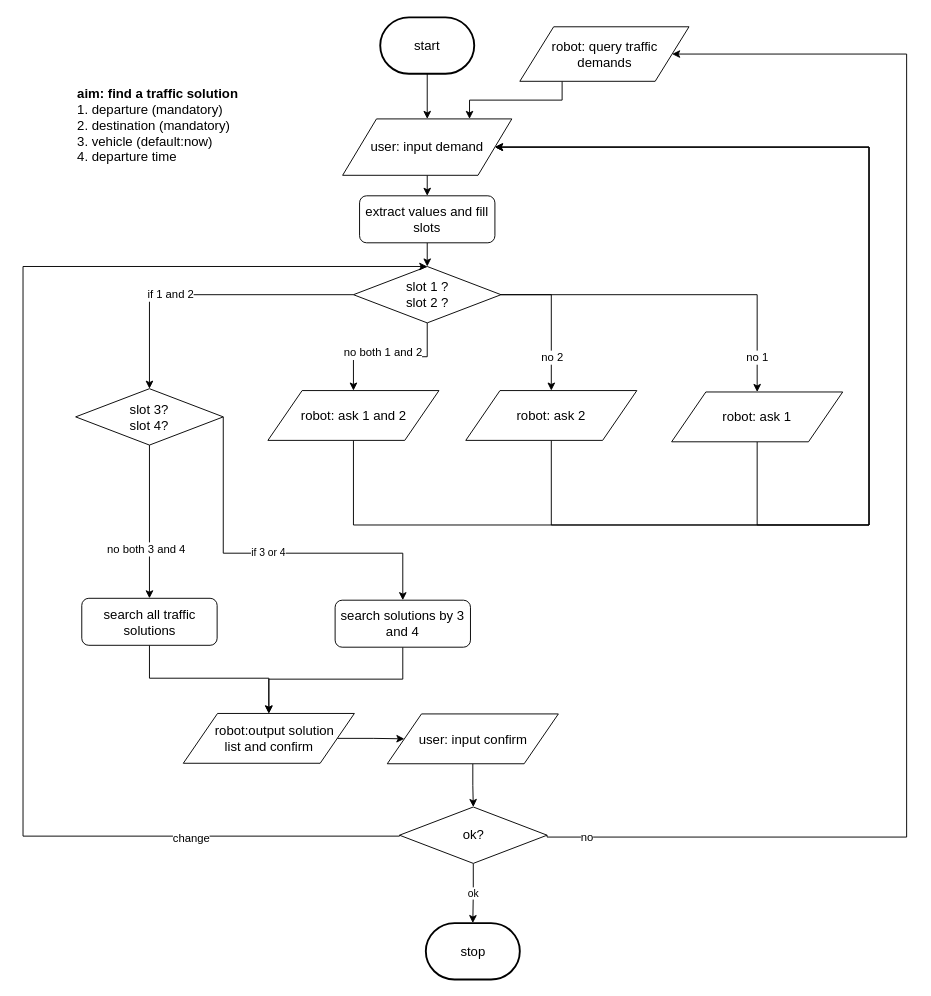
Before: flow_diagram/traffic_consult.drawio in ricosr/travel_consult_chatbot, a draw.io diagram. Source tidied: cells renumbered, new cells numbered last; positions are measured from the earlier drawing's top-left corner, leaving out a move shared by most shapes. Both pictures are drawn from the tidied source at 94%, with x=0, y=0 at pixel (23, 17).
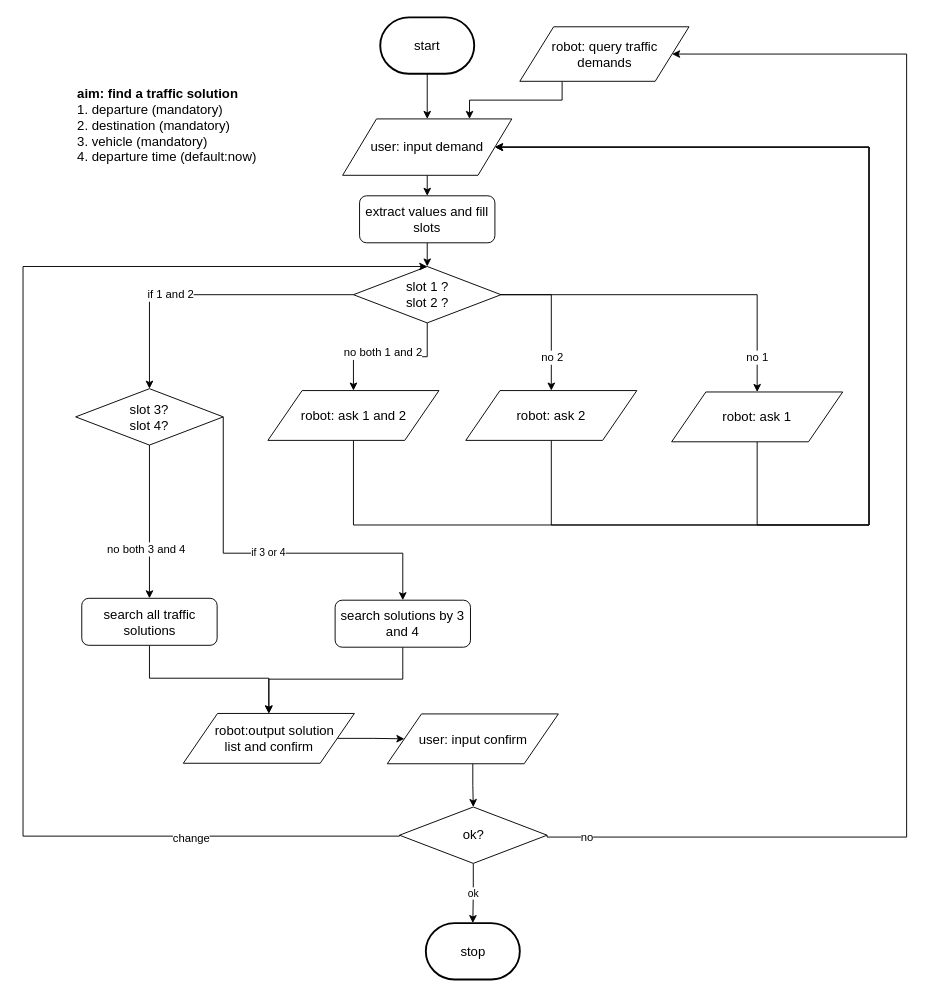
The same page after the edit.

The edit, as a diff of the source:
```diff
@@
-    <mxCell id="2" value="&lt;font style=&quot;font-size: 14px&quot;&gt;&lt;b&gt;aim: find a traffic solution&lt;/b&gt;&lt;br&gt;1. departure (mandatory)&lt;br&gt;2. destination (mandatory)&lt;br&gt;3. vehicle (default:now)&lt;br&gt;4. departure time&lt;br&gt;&lt;br&gt;&lt;/font&gt;" style="text;html=1;strokeColor=none;fillColor=none;align=left;verticalAlign=middle;whiteSpace=wrap;rounded=0;" parent="1" vertex="1">
-      <mxGeometry x="56" y="77" width="191" height="91" as="geometry" />
+    <mxCell id="2" value="&lt;font style=&quot;font-size: 14px&quot;&gt;&lt;b&gt;aim: find a traffic solution&lt;/b&gt;&lt;br&gt;1. departure (mandatory)&lt;br&gt;2. destination (mandatory)&lt;br&gt;3. vehicle (mandatory)&lt;br&gt;4. departure time (default:now)&lt;br&gt;&lt;br&gt;&lt;/font&gt;" style="text;html=1;strokeColor=none;fillColor=none;align=left;verticalAlign=middle;whiteSpace=wrap;rounded=0;" parent="1" vertex="1">
+      <mxGeometry x="56" y="77" width="204" height="91" as="geometry" />
     </mxCell>
```
